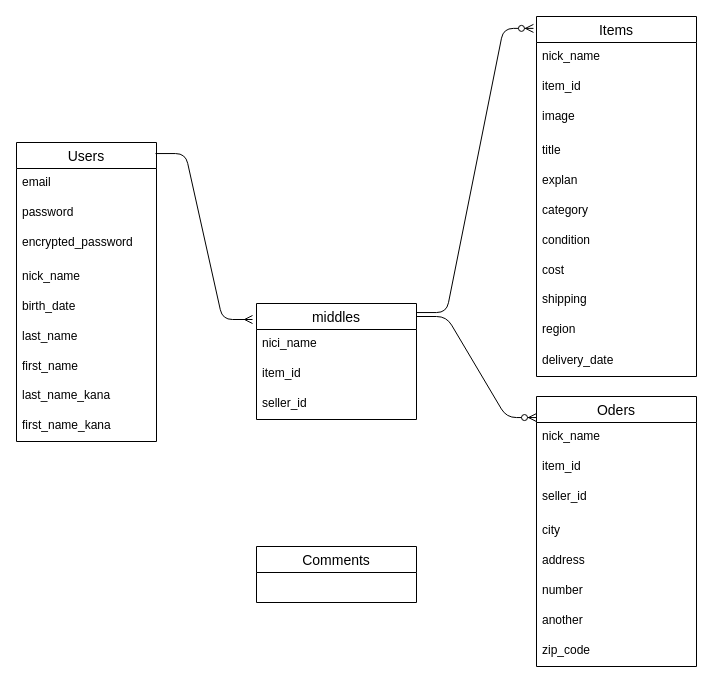
Before: ER.dio in a19871206/furima-40560, a draw.io diagram. Source tidied: cells renumbered, new cells numbered last; positions are measured from the earlier drawing's top-left corner, leaving out a move shared by most shapes. Both pictures are drawn from the tidied source at 100%, with x=0, y=0 at pixel (16, 16).
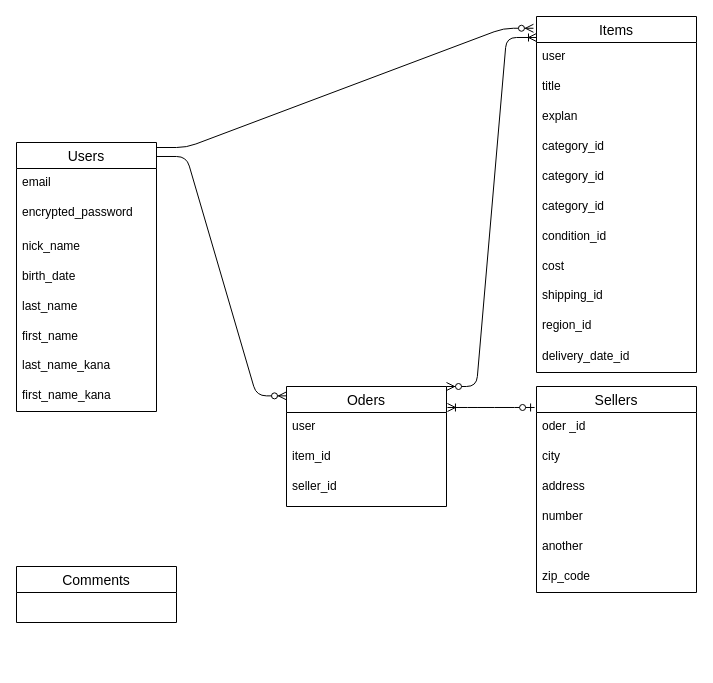
The same page after the edit.

Diff of the diagram source:
```diff
@@
     <mxCell id="2" value="Users" style="swimlane;fontStyle=0;horizontal=1;startSize=26;align=center;fontSize=14;" parent="1" vertex="1">
-      <mxGeometry y="126" width="140" height="299" as="geometry" />
+      <mxGeometry y="126" width="140" height="269" as="geometry" />
     </mxCell>
@@
-    <mxCell id="4" value="password" style="text;strokeColor=none;fillColor=none;spacingLeft=4;spacingRight=4;overflow=hidden;fontSize=12;" parent="2" vertex="1">
-      <mxGeometry y="56" width="140" height="30" as="geometry" />
-    </mxCell>
     <mxCell id="5" value="encrypted_password" style="text;strokeColor=none;fillColor=none;spacingLeft=4;spacingRight=4;overflow=hidden;fontSize=12;" parent="2" vertex="1">
-      <mxGeometry y="86" width="140" height="34" as="geometry" />
+      <mxGeometry y="56" width="140" height="34" as="geometry" />
     </mxCell>
     <mxCell id="6" value="nick_name" style="text;strokeColor=none;fillColor=none;spacingLeft=4;spacingRight=4;overflow=hidden;fontSize=12;" parent="2" vertex="1">
-      <mxGeometry y="120" width="140" height="30" as="geometry" />
+      <mxGeometry y="90" width="140" height="30" as="geometry" />
     </mxCell>
     <mxCell id="7" value="birth_date" style="text;strokeColor=none;fillColor=none;spacingLeft=4;spacingRight=4;overflow=hidden;fontSize=12;" parent="2" vertex="1">
-      <mxGeometry y="150" width="140" height="30" as="geometry" />
+      <mxGeometry y="120" width="140" height="30" as="geometry" />
     </mxCell>
     <mxCell id="8" value="last_name" style="text;strokeColor=none;fillColor=none;spacingLeft=4;spacingRight=4;overflow=hidden;fontSize=12;" parent="2" vertex="1">
-      <mxGeometry y="180" width="140" height="30" as="geometry" />
+      <mxGeometry y="150" width="140" height="30" as="geometry" />
     </mxCell>
     <mxCell id="9" value="first_name" style="text;strokeColor=none;fillColor=none;spacingLeft=4;spacingRight=4;overflow=hidden;fontSize=12;" parent="2" vertex="1">
-      <mxGeometry y="210" width="140" height="29" as="geometry" />
+      <mxGeometry y="180" width="140" height="29" as="geometry" />
     </mxCell>
     <mxCell id="10" value="last_name_kana" style="text;strokeColor=none;fillColor=none;spacingLeft=4;spacingRight=4;overflow=hidden;fontSize=12;" parent="2" vertex="1">
-      <mxGeometry y="239" width="140" height="30" as="geometry" />
+      <mxGeometry y="209" width="140" height="30" as="geometry" />
     </mxCell>
     <mxCell id="11" value="first_name_kana" style="text;strokeColor=none;fillColor=none;spacingLeft=4;spacingRight=4;overflow=hidden;fontSize=12;" parent="2" vertex="1">
-      <mxGeometry y="269" width="140" height="30" as="geometry" />
+      <mxGeometry y="239" width="140" height="30" as="geometry" />
     </mxCell>
-    <mxCell id="12" value="middles" style="swimlane;fontStyle=0;horizontal=1;startSize=26;align=center;fontSize=14;" parent="1" vertex="1">
-      <mxGeometry x="240" y="287" width="160" height="116" as="geometry" />
-    </mxCell>
-    <mxCell id="13" value="nici_name" style="text;strokeColor=none;fillColor=none;spacingLeft=4;spacingRight=4;overflow=hidden;fontSize=12;" parent="12" vertex="1">
-      <mxGeometry y="26" width="160" height="30" as="geometry" />
-    </mxCell>
-    <mxCell id="14" value="item_id" style="text;strokeColor=none;fillColor=none;spacingLeft=4;spacingRight=4;overflow=hidden;fontSize=12;" parent="12" vertex="1">
-      <mxGeometry y="56" width="160" height="30" as="geometry" />
-    </mxCell>
-    <mxCell id="15" value="seller_id" style="text;strokeColor=none;fillColor=none;spacingLeft=4;spacingRight=4;overflow=hidden;fontSize=12;" parent="12" vertex="1">
-      <mxGeometry y="86" width="160" height="30" as="geometry" />
-    </mxCell>
-    <mxCell id="16" style="edgeStyle=entityRelationEdgeStyle;fontSize=12;html=1;endArrow=ERmany;exitX=0.993;exitY=0.037;exitDx=0;exitDy=0;entryX=-0.025;entryY=0.138;entryDx=0;entryDy=0;entryPerimeter=0;exitPerimeter=0;" parent="1" edge="1" source="2" target="12">
-      <mxGeometry relative="1" as="geometry" />
-    </mxCell>
     <mxCell id="17" value="Items" style="swimlane;fontStyle=0;horizontal=1;startSize=26;align=center;fontSize=14;" parent="1" vertex="1">
-      <mxGeometry x="520" width="160" height="360" as="geometry" />
+      <mxGeometry x="520" width="160" height="356" as="geometry" />
     </mxCell>
-    <mxCell id="18" value="nick_name" style="text;strokeColor=none;fillColor=none;spacingLeft=4;spacingRight=4;overflow=hidden;points=[[0,0.5],[1,0.5]];portConstraint=eastwest;fontSize=12;" parent="17" vertex="1">
+    <mxCell id="18" value="user" style="text;strokeColor=none;fillColor=none;spacingLeft=4;spacingRight=4;overflow=hidden;points=[[0,0.5],[1,0.5]];portConstraint=eastwest;fontSize=12;" parent="17" vertex="1">
       <mxGeometry y="26" width="160" height="30" as="geometry" />
     </mxCell>
-    <mxCell id="19" value="item_id" style="text;strokeColor=none;fillColor=none;spacingLeft=4;spacingRight=4;overflow=hidden;fontSize=12;" parent="17" vertex="1">
-      <mxGeometry y="56" width="160" height="30" as="geometry" />
-    </mxCell>
-    <mxCell id="20" value="image" style="text;strokeColor=none;fillColor=none;spacingLeft=4;spacingRight=4;overflow=hidden;fontSize=12;" parent="17" vertex="1">
-      <mxGeometry y="86" width="160" height="34" as="geometry" />
-    </mxCell>
     <mxCell id="21" value="title&#10;" style="text;strokeColor=none;fillColor=none;spacingLeft=4;spacingRight=4;overflow=hidden;fontSize=12;" parent="17" vertex="1">
-      <mxGeometry y="120" width="160" height="30" as="geometry" />
+      <mxGeometry y="56" width="160" height="30" as="geometry" />
     </mxCell>
     <mxCell id="22" value="explan" style="text;strokeColor=none;fillColor=none;spacingLeft=4;spacingRight=4;overflow=hidden;fontSize=12;" parent="17" vertex="1">
-      <mxGeometry y="150" width="160" height="30" as="geometry" />
+      <mxGeometry y="86" width="160" height="30" as="geometry" />
     </mxCell>
+    <mxCell id="41" value="category_id" style="text;strokeColor=none;fillColor=none;spacingLeft=4;spacingRight=4;overflow=hidden;fontSize=12;" parent="17" vertex="1">
+      <mxGeometry y="116" width="160" height="30" as="geometry" />
+    </mxCell>
+    <mxCell id="42" value="category_id" style="text;strokeColor=none;fillColor=none;spacingLeft=4;spacingRight=4;overflow=hidden;fontSize=12;" parent="17" vertex="1">
+      <mxGeometry y="146" width="160" height="30" as="geometry" />
+    </mxCell>
-    <mxCell id="23" value="category" style="text;strokeColor=none;fillColor=none;spacingLeft=4;spacingRight=4;overflow=hidden;fontSize=12;" parent="17" vertex="1">
-      <mxGeometry y="180" width="160" height="30" as="geometry" />
+    <mxCell id="23" value="category_id" style="text;strokeColor=none;fillColor=none;spacingLeft=4;spacingRight=4;overflow=hidden;fontSize=12;" parent="17" vertex="1">
+      <mxGeometry y="176" width="160" height="30" as="geometry" />
     </mxCell>
-    <mxCell id="24" value="condition" style="text;strokeColor=none;fillColor=none;spacingLeft=4;spacingRight=4;overflow=hidden;fontSize=12;" parent="17" vertex="1">
-      <mxGeometry y="210" width="160" height="30" as="geometry" />
+    <mxCell id="24" value="condition_id" style="text;strokeColor=none;fillColor=none;spacingLeft=4;spacingRight=4;overflow=hidden;fontSize=12;" parent="17" vertex="1">
+      <mxGeometry y="206" width="160" height="30" as="geometry" />
     </mxCell>
     <mxCell id="25" value="cost" style="text;strokeColor=none;fillColor=none;spacingLeft=4;spacingRight=4;overflow=hidden;fontSize=12;" parent="17" vertex="1">
-      <mxGeometry y="240" width="160" height="29" as="geometry" />
+      <mxGeometry y="236" width="160" height="29" as="geometry" />
     </mxCell>
-    <mxCell id="26" value="shipping" style="text;strokeColor=none;fillColor=none;spacingLeft=4;spacingRight=4;overflow=hidden;fontSize=12;" parent="17" vertex="1">
-      <mxGeometry y="269" width="160" height="30" as="geometry" />
+    <mxCell id="26" value="shipping_id" style="text;strokeColor=none;fillColor=none;spacingLeft=4;spacingRight=4;overflow=hidden;fontSize=12;" parent="17" vertex="1">
+      <mxGeometry y="265" width="160" height="30" as="geometry" />
     </mxCell>
-    <mxCell id="27" value="region" style="text;strokeColor=none;fillColor=none;spacingLeft=4;spacingRight=4;overflow=hidden;fontSize=12;" parent="17" vertex="1">
-      <mxGeometry y="299" width="160" height="31" as="geometry" />
+    <mxCell id="27" value="region_id" style="text;strokeColor=none;fillColor=none;spacingLeft=4;spacingRight=4;overflow=hidden;fontSize=12;" parent="17" vertex="1">
+      <mxGeometry y="295" width="160" height="31" as="geometry" />
     </mxCell>
-    <mxCell id="28" value="delivery_date" style="text;strokeColor=none;fillColor=none;spacingLeft=4;spacingRight=4;overflow=hidden;fontSize=12;" parent="17" vertex="1">
-      <mxGeometry y="330" width="160" height="30" as="geometry" />
+    <mxCell id="28" value="delivery_date_id" style="text;strokeColor=none;fillColor=none;spacingLeft=4;spacingRight=4;overflow=hidden;fontSize=12;" parent="17" vertex="1">
+      <mxGeometry y="326" width="160" height="30" as="geometry" />
     </mxCell>
     <mxCell id="29" value="Oders" style="swimlane;fontStyle=0;horizontal=1;startSize=26;align=center;fontSize=14;" parent="1" vertex="1">
-      <mxGeometry x="520" y="380" width="160" height="270" as="geometry" />
+      <mxGeometry x="270" y="370" width="160" height="120" as="geometry" />
     </mxCell>
-    <mxCell id="30" value="nick_name" style="text;strokeColor=none;fillColor=none;spacingLeft=4;spacingRight=4;overflow=hidden;points=[[0,0.5],[1,0.5]];portConstraint=eastwest;fontSize=12;" parent="29" vertex="1">
+    <mxCell id="30" value="user" style="text;strokeColor=none;fillColor=none;spacingLeft=4;spacingRight=4;overflow=hidden;points=[[0,0.5],[1,0.5]];portConstraint=eastwest;fontSize=12;" parent="29" vertex="1">
       <mxGeometry y="26" width="160" height="30" as="geometry" />
     </mxCell>
@@
+    <mxCell id="38" style="edgeStyle=entityRelationEdgeStyle;fontSize=12;html=1;endArrow=ERzeroToMany;endFill=1;entryX=0;entryY=0.078;entryDx=0;entryDy=0;entryPerimeter=0;exitX=1;exitY=0.052;exitDx=0;exitDy=0;exitPerimeter=0;" parent="1" edge="1" source="2" target="29">
+      <mxGeometry relative="1" as="geometry" />
+    </mxCell>
+    <mxCell id="39" style="edgeStyle=entityRelationEdgeStyle;fontSize=12;html=1;endArrow=ERzeroToMany;endFill=1;entryX=-0.019;entryY=0.033;entryDx=0;entryDy=0;entryPerimeter=0;" parent="1" edge="1" target="17">
+      <mxGeometry relative="1" as="geometry">
+        <mxPoint x="140" y="131" as="sourcePoint" />
+      </mxGeometry>
+    </mxCell>
+    <mxCell id="40" value="Comments" style="swimlane;fontStyle=0;horizontal=1;startSize=26;align=center;fontSize=14;" parent="1" vertex="1">
+      <mxGeometry y="550" width="160" height="56" as="geometry" />
+    </mxCell>
+    <mxCell id="43" value="Sellers" style="swimlane;fontStyle=0;horizontal=1;startSize=26;align=center;fontSize=14;" parent="1" vertex="1">
+      <mxGeometry x="520" y="370" width="160" height="206" as="geometry" />
+    </mxCell>
+    <mxCell id="44" value="oder _id" style="text;strokeColor=none;fillColor=none;spacingLeft=4;spacingRight=4;overflow=hidden;points=[[0,0.5],[1,0.5]];portConstraint=eastwest;fontSize=12;" parent="43" vertex="1">
+      <mxGeometry y="26" width="160" height="30" as="geometry" />
+    </mxCell>
-    <mxCell id="33" value="city" style="text;strokeColor=none;fillColor=none;spacingLeft=4;spacingRight=4;overflow=hidden;fontSize=12;" parent="29" vertex="1">
-      <mxGeometry y="120" width="160" height="30" as="geometry" />
+    <mxCell id="33" value="city" style="text;strokeColor=none;fillColor=none;spacingLeft=4;spacingRight=4;overflow=hidden;fontSize=12;" parent="43" vertex="1">
+      <mxGeometry y="56" width="160" height="30" as="geometry" />
     </mxCell>
-    <mxCell id="34" value="address" style="text;strokeColor=none;fillColor=none;spacingLeft=4;spacingRight=4;overflow=hidden;fontSize=12;" parent="29" vertex="1">
-      <mxGeometry y="150" width="160" height="30" as="geometry" />
+    <mxCell id="34" value="address" style="text;strokeColor=none;fillColor=none;spacingLeft=4;spacingRight=4;overflow=hidden;fontSize=12;" parent="43" vertex="1">
+      <mxGeometry y="86" width="160" height="30" as="geometry" />
     </mxCell>
-    <mxCell id="35" value="number" style="text;strokeColor=none;fillColor=none;spacingLeft=4;spacingRight=4;overflow=hidden;fontSize=12;" parent="29" vertex="1">
-      <mxGeometry y="180" width="160" height="30" as="geometry" />
+    <mxCell id="35" value="number" style="text;strokeColor=none;fillColor=none;spacingLeft=4;spacingRight=4;overflow=hidden;fontSize=12;" parent="43" vertex="1">
+      <mxGeometry y="116" width="160" height="30" as="geometry" />
     </mxCell>
-    <mxCell id="36" value="another" style="text;strokeColor=none;fillColor=none;spacingLeft=4;spacingRight=4;overflow=hidden;fontSize=12;" parent="29" vertex="1">
-      <mxGeometry y="210" width="160" height="30" as="geometry" />
+    <mxCell id="36" value="another" style="text;strokeColor=none;fillColor=none;spacingLeft=4;spacingRight=4;overflow=hidden;fontSize=12;" parent="43" vertex="1">
+      <mxGeometry y="146" width="160" height="30" as="geometry" />
     </mxCell>
-    <mxCell id="37" value="zip_code" style="text;strokeColor=none;fillColor=none;spacingLeft=4;spacingRight=4;overflow=hidden;fontSize=12;" parent="29" vertex="1">
-      <mxGeometry y="240" width="160" height="30" as="geometry" />
+    <mxCell id="37" value="zip_code" style="text;strokeColor=none;fillColor=none;spacingLeft=4;spacingRight=4;overflow=hidden;fontSize=12;" parent="43" vertex="1">
+      <mxGeometry y="176" width="160" height="30" as="geometry" />
     </mxCell>
-    <mxCell id="38" style="edgeStyle=entityRelationEdgeStyle;fontSize=12;html=1;endArrow=ERzeroToMany;endFill=1;entryX=0;entryY=0.078;entryDx=0;entryDy=0;entryPerimeter=0;" parent="1" edge="1" target="29">
-      <mxGeometry relative="1" as="geometry">
-        <mxPoint x="400" y="300" as="sourcePoint" />
-      </mxGeometry>
-    </mxCell>
-    <mxCell id="39" style="edgeStyle=entityRelationEdgeStyle;fontSize=12;html=1;endArrow=ERzeroToMany;endFill=1;exitX=1;exitY=0.078;exitDx=0;exitDy=0;exitPerimeter=0;entryX=-0.019;entryY=0.033;entryDx=0;entryDy=0;entryPerimeter=0;" parent="1" edge="1" source="12" target="17">
-      <mxGeometry relative="1" as="geometry" />
-    </mxCell>
-    <mxCell id="40" value="Comments" style="swimlane;fontStyle=0;horizontal=1;startSize=26;align=center;fontSize=14;" parent="1" vertex="1">
-      <mxGeometry x="240" y="530" width="160" height="56" as="geometry" />
-    </mxCell>
+    <mxCell id="45" style="edgeStyle=entityRelationEdgeStyle;fontSize=12;html=1;endArrow=ERoneToMany;startArrow=ERzeroToMany;entryX=0;entryY=-0.167;entryDx=0;entryDy=0;entryPerimeter=0;exitX=1;exitY=0;exitDx=0;exitDy=0;" parent="1" edge="1" source="29" target="18">
+      <mxGeometry relative="1" as="geometry" />
+    </mxCell>
+    <mxCell id="46" style="edgeStyle=entityRelationEdgeStyle;fontSize=12;html=1;endArrow=ERoneToMany;startArrow=ERzeroToOne;entryX=1.006;entryY=-0.167;entryDx=0;entryDy=0;entryPerimeter=0;exitX=-0.012;exitY=-0.167;exitDx=0;exitDy=0;exitPerimeter=0;" parent="1" edge="1" source="44" target="30">
+      <mxGeometry relative="1" as="geometry" />
+    </mxCell>
```
